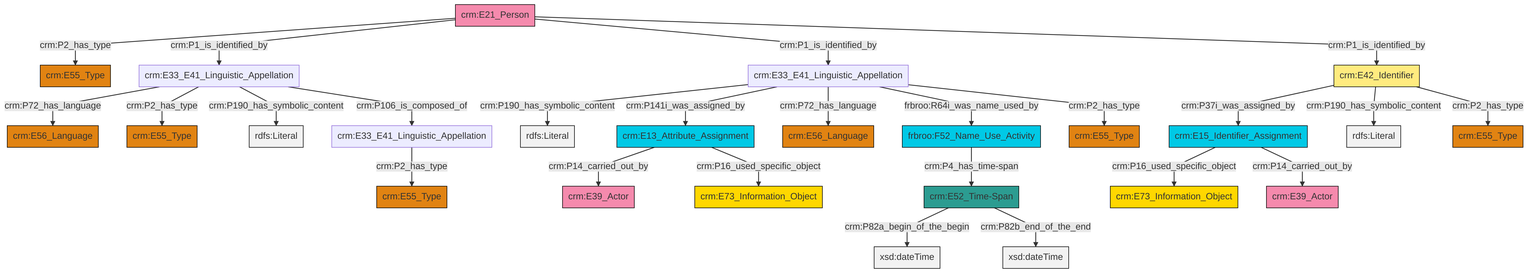
Above: et/personCSV/ttl/mmd/png/Person_Names_and_Classification.png in swiss-art-research-net/reference-data-models (Mermaid), before the change. Its source is kept beside it as et/personCSV/ttl/mmd/Person_Names_and_Classification.ttl.mmd.
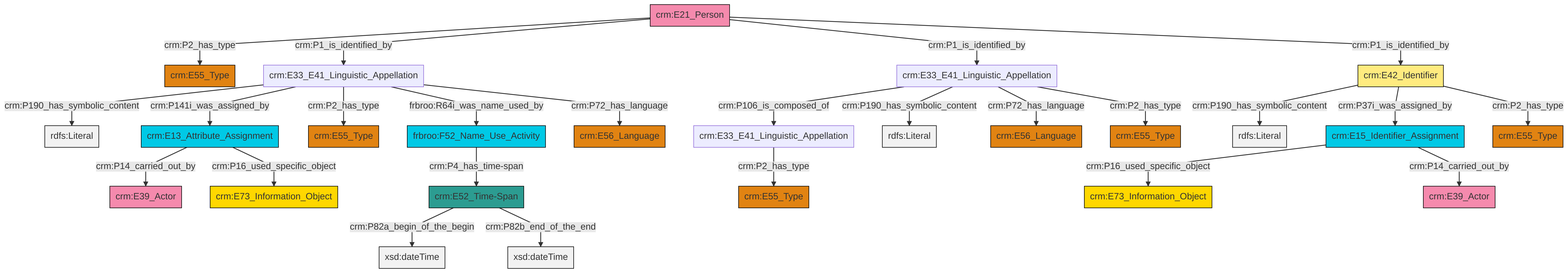
The same diagram one commit later.

Change to the diagram source:
```diff
@@ -13,27 +13,27 @@
 classDef PC_Classes fill:#4ce600, stroke:#000000;
 classDef Multi fill:#cccccc,stroke:#000000;
 
-0["frbroo:F52_Name_Use_Activity"]:::Temporal_Entity -->|crm:P4_has_time-span| 1["crm:E52_Time-Span"]:::Time-Span
-2["crm:E33_E41_Linguistic_Appellation"]:::Default -->|crm:P72_has_language| 3["crm:E56_Language"]:::Type
-5["crm:E42_Identifier"]:::Appellation -->|crm:P37i_was_assigned_by| 6["crm:E15_Identifier_Assignment"]:::Temporal_Entity
-7["crm:E13_Attribute_Assignment"]:::Temporal_Entity -->|crm:P14_carried_out_by| 8["crm:E39_Actor"]:::Actor
-14["crm:E21_Person"]:::Actor -->|crm:P2_has_type| 15["crm:E55_Type"]:::Type
-9["crm:E33_E41_Linguistic_Appellation"]:::Default -->|crm:P190_has_symbolic_content| 16[rdfs:Literal]:::Literal
-2["crm:E33_E41_Linguistic_Appellation"]:::Default -->|crm:P2_has_type| 18["crm:E55_Type"]:::Type
-2["crm:E33_E41_Linguistic_Appellation"]:::Default -->|crm:P190_has_symbolic_content| 22[rdfs:Literal]:::Literal
-14["crm:E21_Person"]:::Actor -->|crm:P1_is_identified_by| 2["crm:E33_E41_Linguistic_Appellation"]:::Default
-7["crm:E13_Attribute_Assignment"]:::Temporal_Entity -->|crm:P16_used_specific_object| 27["crm:E73_Information_Object"]:::Conceptual_Object
-2["crm:E33_E41_Linguistic_Appellation"]:::Default -->|crm:P106_is_composed_of| 11["crm:E33_E41_Linguistic_Appellation"]:::Default
-11["crm:E33_E41_Linguistic_Appellation"]:::Default -->|crm:P2_has_type| 28["crm:E55_Type"]:::Type
-6["crm:E15_Identifier_Assignment"]:::Temporal_Entity -->|crm:P16_used_specific_object| 29["crm:E73_Information_Object"]:::Conceptual_Object
-5["crm:E42_Identifier"]:::Appellation -->|crm:P190_has_symbolic_content| 31[rdfs:Literal]:::Literal
-1["crm:E52_Time-Span"]:::Time-Span -->|crm:P82a_begin_of_the_begin| 33[xsd:dateTime]:::Literal
-14["crm:E21_Person"]:::Actor -->|crm:P1_is_identified_by| 9["crm:E33_E41_Linguistic_Appellation"]:::Default
-5["crm:E42_Identifier"]:::Appellation -->|crm:P2_has_type| 35["crm:E55_Type"]:::Type
-14["crm:E21_Person"]:::Actor -->|crm:P1_is_identified_by| 5["crm:E42_Identifier"]:::Appellation
-9["crm:E33_E41_Linguistic_Appellation"]:::Default -->|crm:P141i_was_assigned_by| 7["crm:E13_Attribute_Assignment"]:::Temporal_Entity
-6["crm:E15_Identifier_Assignment"]:::Temporal_Entity -->|crm:P14_carried_out_by| 23["crm:E39_Actor"]:::Actor
-1["crm:E52_Time-Span"]:::Time-Span -->|crm:P82b_end_of_the_end| 40[xsd:dateTime]:::Literal
-9["crm:E33_E41_Linguistic_Appellation"]:::Default -->|crm:P72_has_language| 41["crm:E56_Language"]:::Type
-9["crm:E33_E41_Linguistic_Appellation"]:::Default -->|frbroo:R64i_was_name_used_by| 0["frbroo:F52_Name_Use_Activity"]:::Temporal_Entity
-9["crm:E33_E41_Linguistic_Appellation"]:::Default -->|crm:P2_has_type| 19["crm:E55_Type"]:::Type
+0["crm:E52_Time-Span"]:::Time-Span -->|crm:P82a_begin_of_the_begin| 1[xsd:dateTime]:::Literal
+2["crm:E33_E41_Linguistic_Appellation"]:::Default -->|crm:P106_is_composed_of| 3["crm:E33_E41_Linguistic_Appellation"]:::Default
+9["crm:E15_Identifier_Assignment"]:::Temporal_Entity -->|crm:P16_used_specific_object| 10["crm:E73_Information_Object"]:::Conceptual_Object
+2["crm:E33_E41_Linguistic_Appellation"]:::Default -->|crm:P190_has_symbolic_content| 11[rdfs:Literal]:::Literal
+14["crm:E13_Attribute_Assignment"]:::Temporal_Entity -->|crm:P14_carried_out_by| 15["crm:E39_Actor"]:::Actor
+9["crm:E15_Identifier_Assignment"]:::Temporal_Entity -->|crm:P14_carried_out_by| 16["crm:E39_Actor"]:::Actor
+19["crm:E21_Person"]:::Actor -->|crm:P2_has_type| 20["crm:E55_Type"]:::Type
+19["crm:E21_Person"]:::Actor -->|crm:P1_is_identified_by| 27["crm:E33_E41_Linguistic_Appellation"]:::Default
+29["frbroo:F52_Name_Use_Activity"]:::Temporal_Entity -->|crm:P4_has_time-span| 0["crm:E52_Time-Span"]:::Time-Span
+0["crm:E52_Time-Span"]:::Time-Span -->|crm:P82b_end_of_the_end| 30[xsd:dateTime]:::Literal
+2["crm:E33_E41_Linguistic_Appellation"]:::Default -->|crm:P72_has_language| 32["crm:E56_Language"]:::Type
+3["crm:E33_E41_Linguistic_Appellation"]:::Default -->|crm:P2_has_type| 33["crm:E55_Type"]:::Type
+36["crm:E42_Identifier"]:::Appellation -->|crm:P190_has_symbolic_content| 37[rdfs:Literal]:::Literal
+36["crm:E42_Identifier"]:::Appellation -->|crm:P37i_was_assigned_by| 9["crm:E15_Identifier_Assignment"]:::Temporal_Entity
+27["crm:E33_E41_Linguistic_Appellation"]:::Default -->|crm:P190_has_symbolic_content| 39[rdfs:Literal]:::Literal
+19["crm:E21_Person"]:::Actor -->|crm:P1_is_identified_by| 2["crm:E33_E41_Linguistic_Appellation"]:::Default
+14["crm:E13_Attribute_Assignment"]:::Temporal_Entity -->|crm:P16_used_specific_object| 4["crm:E73_Information_Object"]:::Conceptual_Object
+27["crm:E33_E41_Linguistic_Appellation"]:::Default -->|crm:P141i_was_assigned_by| 14["crm:E13_Attribute_Assignment"]:::Temporal_Entity
+19["crm:E21_Person"]:::Actor -->|crm:P1_is_identified_by| 36["crm:E42_Identifier"]:::Appellation
+27["crm:E33_E41_Linguistic_Appellation"]:::Default -->|crm:P2_has_type| 42["crm:E55_Type"]:::Type
+2["crm:E33_E41_Linguistic_Appellation"]:::Default -->|crm:P2_has_type| 6["crm:E55_Type"]:::Type
+36["crm:E42_Identifier"]:::Appellation -->|crm:P2_has_type| 21["crm:E55_Type"]:::Type
+27["crm:E33_E41_Linguistic_Appellation"]:::Default -->|frbroo:R64i_was_name_used_by| 29["frbroo:F52_Name_Use_Activity"]:::Temporal_Entity
+27["crm:E33_E41_Linguistic_Appellation"]:::Default -->|crm:P72_has_language| 12["crm:E56_Language"]:::Type
```
